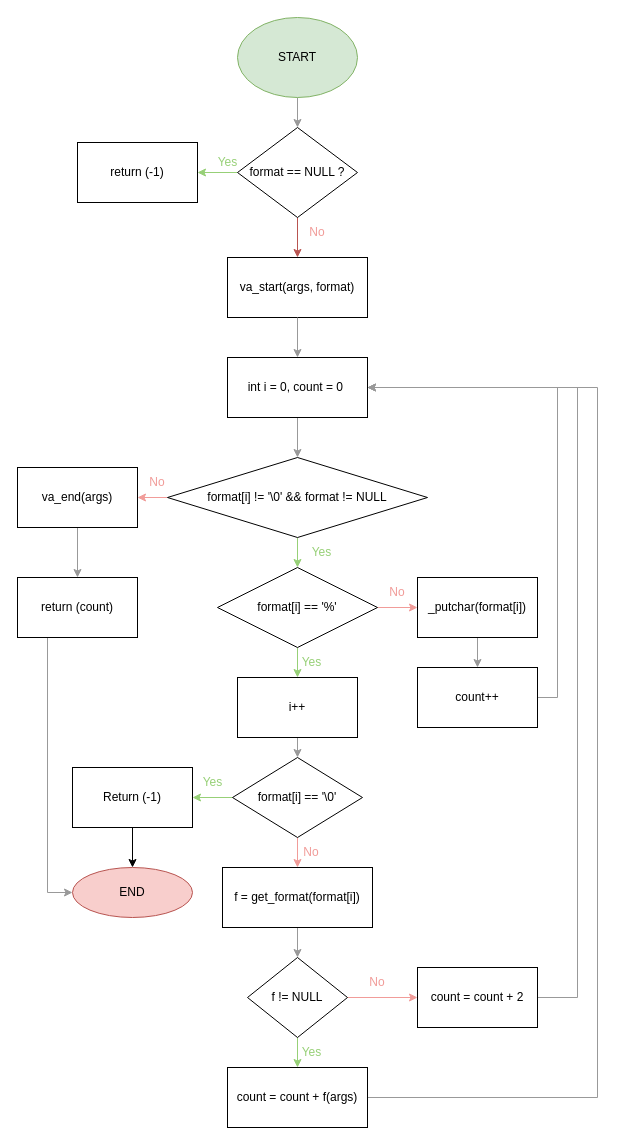
This is FlowChart _printf.c.drawio from thomas-maye/holbertonschool-printf, a draw.io file, before an edit. Source tidied: cells renumbered, new cells numbered last; positions are measured from the earlier drawing's top-left corner, leaving out a move shared by most shapes. Both pictures are drawn from the tidied source at 100%, with x=0, y=0 at pixel (17, 17).
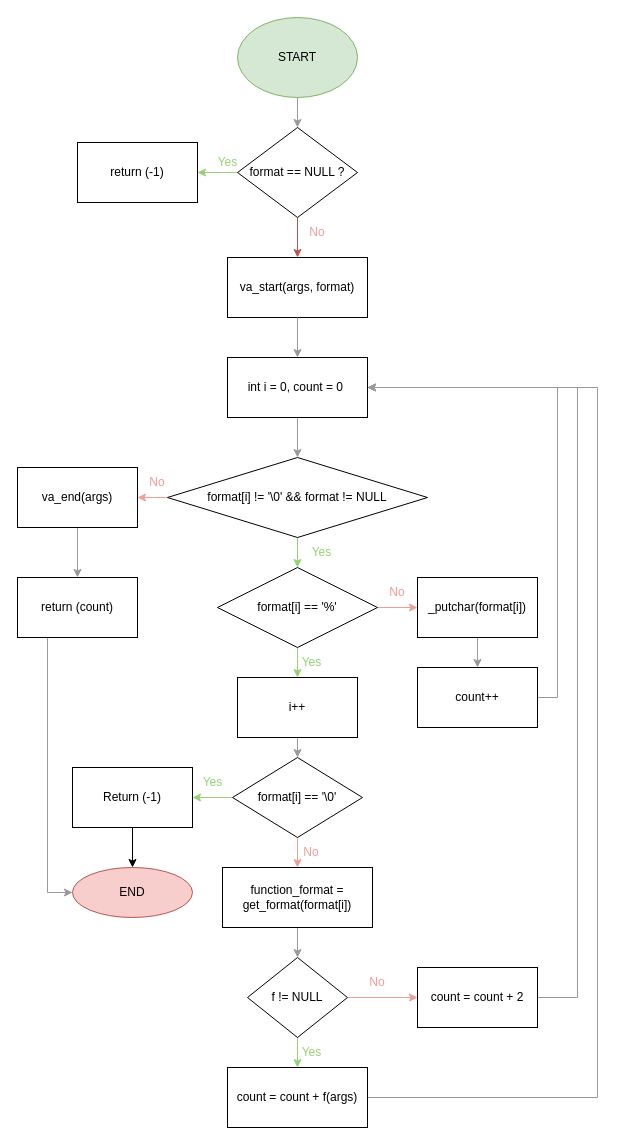
The same diagram, later.

Commit message:
Mettre à jour FlowChart _printf.c.drawio

The edit, as a diff of the source:
```diff
@@
-    <mxCell id="25" value="f = get_format(format[i])" style="rounded=0;whiteSpace=wrap;html=1;" parent="1" vertex="1">
+    <mxCell id="25" value="function_format = get_format(format[i])" style="rounded=0;whiteSpace=wrap;html=1;" parent="1" vertex="1">
       <mxGeometry x="205" y="850" width="150" height="60" as="geometry" />
     </mxCell>
```
